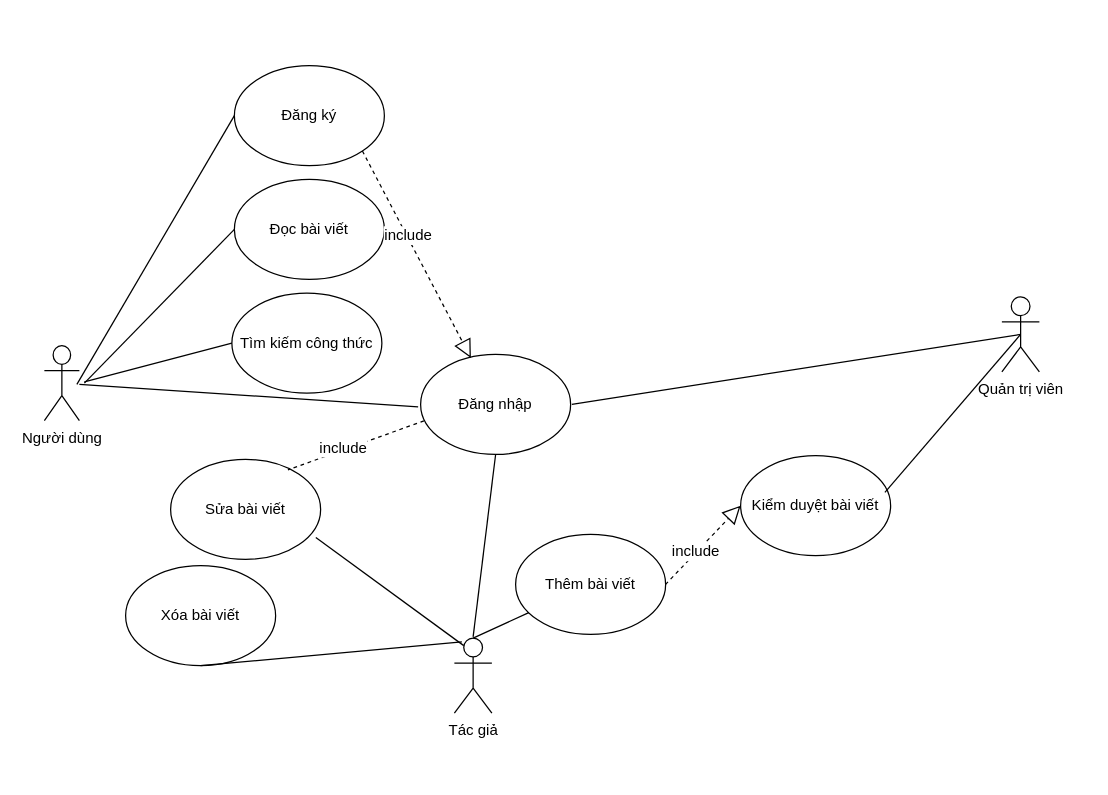
Earlier version of the draw.io diagram Sơ đồ tổng quát.drawio (gwangtung21/Blog_AmThuc). Source tidied: cells renumbered, new cells numbered last; positions are measured from the earlier drawing's top-left corner, leaving out a move shared by most shapes. Both pictures are drawn from the tidied source at 125%, with x=0, y=0 at pixel (44, 65).
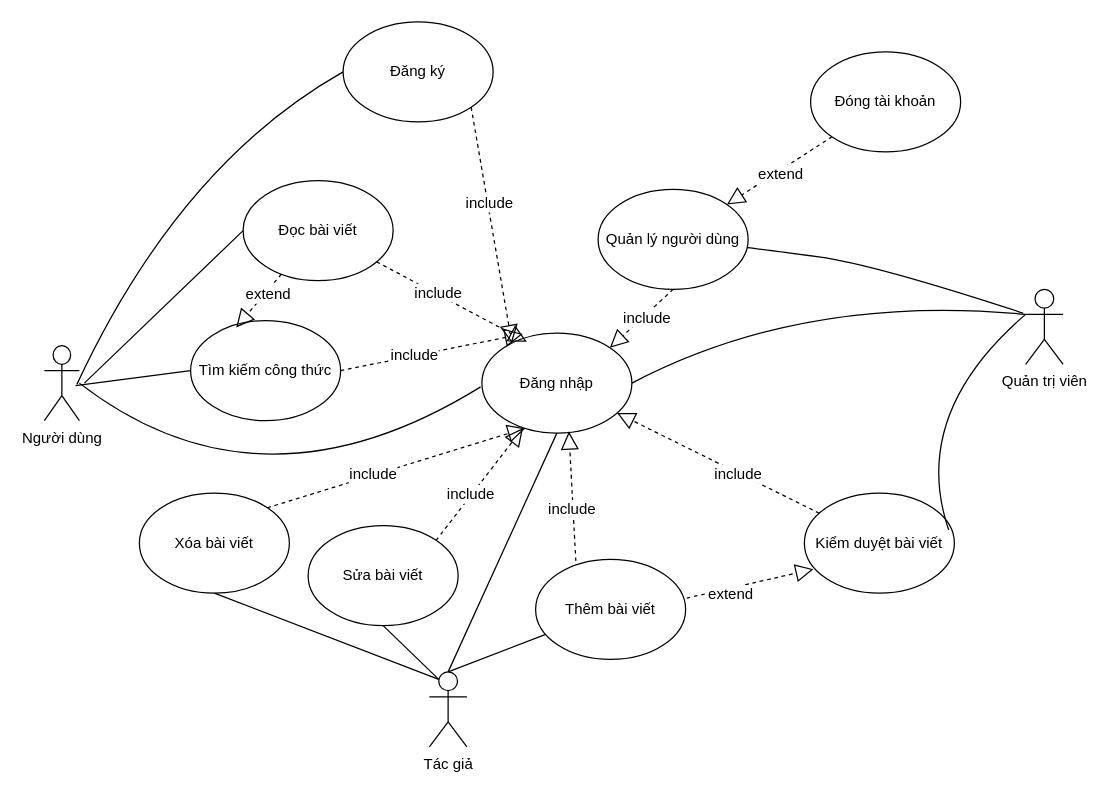
The same diagram, later.

Commit message:
Cập nhật Sơ đồ tổng quát.drawio

The change refers to these unchanged cells:
```xml
<mxCell id="3" value="Người dùng" style="shape=umlActor;verticalLabelPosition=bottom;verticalAlign=top;html=1;outlineConnect=0;" parent="1" vertex="1">
  <mxGeometry y="224" width="28" height="60" as="geometry" />
</mxCell>
```

Diff of the diagram source:
```diff
@@
     <mxCell id="2" style="endArrow=none;html=1;rounded=0;fontSize=12;startSize=8;endSize=8;curved=1;entryX=0;entryY=0.5;entryDx=0;entryDy=0;" parent="1" edge="1" target="7">
       <mxGeometry relative="1" as="geometry">
         <mxPoint x="26" y="255" as="sourcePoint" />
+        <Array as="points">
+          <mxPoint x="108" y="79" />
+        </Array>
       </mxGeometry>
     </mxCell>
@@
     <mxCell id="4" value="Quản trị viên" style="shape=umlActor;verticalLabelPosition=bottom;verticalAlign=top;html=1;outlineConnect=0;" parent="1" vertex="1">
-      <mxGeometry x="766" y="185" width="30" height="60" as="geometry" />
+      <mxGeometry x="785" y="179" width="30" height="60" as="geometry" />
     </mxCell>
     <mxCell id="5" value="Tác giả" style="shape=umlActor;verticalLabelPosition=bottom;verticalAlign=top;html=1;outlineConnect=0;" parent="1" vertex="1">
-      <mxGeometry x="328" y="458" width="30" height="60" as="geometry" />
+      <mxGeometry x="308" y="485" width="30" height="60" as="geometry" />
     </mxCell>
     <mxCell id="6" value="Đăng nhập" style="ellipse;whiteSpace=wrap;html=1;" parent="1" vertex="1">
-      <mxGeometry x="301" y="231" width="120" height="80" as="geometry" />
+      <mxGeometry x="350" y="214" width="120" height="80" as="geometry" />
     </mxCell>
     <mxCell id="7" value="Đăng ký" style="ellipse;whiteSpace=wrap;html=1;" parent="1" vertex="1">
-      <mxGeometry x="152" width="120" height="80" as="geometry" />
+      <mxGeometry x="239" y="-35" width="120" height="80" as="geometry" />
     </mxCell>
     <mxCell id="8" value="Đọc bài viết" style="ellipse;whiteSpace=wrap;html=1;" parent="1" vertex="1">
-      <mxGeometry x="152" y="91" width="120" height="80" as="geometry" />
+      <mxGeometry x="159" y="92" width="120" height="80" as="geometry" />
     </mxCell>
     <mxCell id="9" value="Tìm kiếm công thức" style="ellipse;whiteSpace=wrap;html=1;" parent="1" vertex="1">
-      <mxGeometry x="150" y="182" width="120" height="80" as="geometry" />
+      <mxGeometry x="117" y="204" width="120" height="80" as="geometry" />
     </mxCell>
     <mxCell id="10" value="Kiểm duyệt bài viết" style="ellipse;whiteSpace=wrap;html=1;" parent="1" vertex="1">
-      <mxGeometry x="557" y="312" width="120" height="80" as="geometry" />
+      <mxGeometry x="608" y="342" width="120" height="80" as="geometry" />
     </mxCell>
     <mxCell id="11" value="Xóa bài viết" style="ellipse;whiteSpace=wrap;html=1;" parent="1" vertex="1">
-      <mxGeometry x="65" y="400" width="120" height="80" as="geometry" />
+      <mxGeometry x="76" y="342" width="120" height="80" as="geometry" />
     </mxCell>
     <mxCell id="12" value="Sửa bài viết" style="ellipse;whiteSpace=wrap;html=1;" parent="1" vertex="1">
-      <mxGeometry x="101" y="315" width="120" height="80" as="geometry" />
+      <mxGeometry x="211" y="368" width="120" height="80" as="geometry" />
     </mxCell>
     <mxCell id="13" value="Thêm bài viết" style="ellipse;whiteSpace=wrap;html=1;" parent="1" vertex="1">
-      <mxGeometry x="377" y="375" width="120" height="80" as="geometry" />
+      <mxGeometry x="393" y="395" width="120" height="80" as="geometry" />
     </mxCell>
-    <mxCell id="14" style="endArrow=none;html=1;rounded=0;fontSize=12;startSize=8;endSize=8;curved=1;entryX=0.5;entryY=0.5;entryDx=0;entryDy=0;entryPerimeter=0;" parent="1" edge="1" target="4">
+    <mxCell id="14" style="endArrow=none;html=1;rounded=0;fontSize=12;startSize=8;endSize=8;curved=1;entryX=0;entryY=0.3333333333333333;entryDx=0;entryDy=0;entryPerimeter=0;exitX=1;exitY=0.5;exitDx=0;exitDy=0;" parent="1" edge="1" source="6" target="4">
       <mxGeometry relative="1" as="geometry">
-        <mxPoint x="422" y="271" as="sourcePoint" />
+        <Array as="points">
+          <mxPoint x="607" y="182" />
+        </Array>
       </mxGeometry>
     </mxCell>
-    <mxCell id="15" style="endArrow=none;html=1;rounded=0;fontSize=12;startSize=8;endSize=8;curved=1;" parent="1" edge="1" target="3">
+    <mxCell id="15" style="endArrow=none;html=1;rounded=0;fontSize=12;startSize=8;endSize=8;curved=1;" parent="1" edge="1">
       <mxGeometry relative="1" as="geometry">
-        <mxPoint x="299" y="273" as="sourcePoint" />
+        <mxPoint x="349" y="257" as="sourcePoint" />
+        <mxPoint x="28" y="254" as="targetPoint" />
+        <Array as="points">
+          <mxPoint x="173" y="366" />
+        </Array>
       </mxGeometry>
     </mxCell>
-    <mxCell id="16" style="endArrow=none;html=1;rounded=0;fontSize=12;startSize=8;endSize=8;curved=1;entryX=0.5;entryY=1;entryDx=0;entryDy=0;" parent="1" edge="1" target="6">
-      <mxGeometry relative="1" as="geometry">
-        <mxPoint x="343" y="457" as="sourcePoint" />
-      </mxGeometry>
+    <mxCell id="16" style="endArrow=none;html=1;rounded=0;fontSize=12;startSize=8;endSize=8;curved=1;entryX=0.5;entryY=1;entryDx=0;entryDy=0;exitX=0.5;exitY=0;exitDx=0;exitDy=0;exitPerimeter=0;" parent="1" edge="1" source="5" target="6">
+      <mxGeometry relative="1" as="geometry" />
     </mxCell>
@@
     <mxCell id="18" style="endArrow=none;html=1;rounded=0;fontSize=12;startSize=8;endSize=8;curved=1;entryX=0;entryY=0.5;entryDx=0;entryDy=0;" parent="1" edge="1" target="9">
       <mxGeometry relative="1" as="geometry">
-        <mxPoint x="32" y="253" as="sourcePoint" />
+        <mxPoint x="25" y="256" as="sourcePoint" />
       </mxGeometry>
     </mxCell>
-    <mxCell id="19" style="endArrow=none;html=1;rounded=0;fontSize=12;startSize=8;endSize=8;curved=1;entryX=0.5;entryY=0.5;entryDx=0;entryDy=0;entryPerimeter=0;exitX=0.962;exitY=0.368;exitDx=0;exitDy=0;exitPerimeter=0;" parent="1" edge="1" source="10" target="4">
-      <mxGeometry relative="1" as="geometry" />
+    <mxCell id="19" style="endArrow=none;html=1;rounded=0;fontSize=12;startSize=8;endSize=8;curved=1;entryX=0;entryY=0.3333333333333333;entryDx=0;entryDy=0;entryPerimeter=0;exitX=0.962;exitY=0.368;exitDx=0;exitDy=0;exitPerimeter=0;" parent="1" edge="1" source="10" target="4">
+      <mxGeometry relative="1" as="geometry">
+        <Array as="points">
+          <mxPoint x="692" y="279" />
+        </Array>
+      </mxGeometry>
     </mxCell>
-    <mxCell id="20" style="endArrow=none;html=1;rounded=0;fontSize=12;startSize=8;endSize=8;curved=1;entryX=0.5;entryY=1;entryDx=0;entryDy=0;" parent="1" edge="1" target="11">
-      <mxGeometry relative="1" as="geometry">
-        <mxPoint x="334" y="461" as="sourcePoint" />
-      </mxGeometry>
+    <mxCell id="20" style="endArrow=none;html=1;rounded=0;fontSize=12;startSize=8;endSize=8;curved=1;entryX=0.5;entryY=1;entryDx=0;entryDy=0;exitX=0.25;exitY=0.1;exitDx=0;exitDy=0;exitPerimeter=0;" parent="1" edge="1" source="5" target="11">
+      <mxGeometry relative="1" as="geometry" />
     </mxCell>
-    <mxCell id="21" style="endArrow=none;html=1;rounded=0;fontSize=12;startSize=8;endSize=8;curved=1;entryX=0.968;entryY=0.782;entryDx=0;entryDy=0;entryPerimeter=0;exitX=0.25;exitY=0.1;exitDx=0;exitDy=0;exitPerimeter=0;" parent="1" edge="1" source="5" target="12">
+    <mxCell id="21" style="endArrow=none;html=1;rounded=0;fontSize=12;startSize=8;endSize=8;curved=1;entryX=0.5;entryY=1;entryDx=0;entryDy=0;exitX=0.25;exitY=0.1;exitDx=0;exitDy=0;exitPerimeter=0;" parent="1" edge="1" source="5" target="12">
       <mxGeometry relative="1" as="geometry" />
     </mxCell>
@@
-    <mxCell id="23" style="endArrow=none;dashed=1;html=1;rounded=0;fontSize=12;startSize=8;endSize=8;curved=1;entryX=0.782;entryY=0.105;entryDx=0;entryDy=0;entryPerimeter=0;exitX=0.022;exitY=0.665;exitDx=0;exitDy=0;exitPerimeter=0;" parent="1" edge="1" source="6" target="12">
-      <mxGeometry relative="1" as="geometry" />
-    </mxCell>
-    <mxCell id="24" value="include" style="edgeLabel;html=1;align=center;verticalAlign=middle;fontSize=12;" parent="23" vertex="1">
-      <mxGeometry x="0.2" y="-2" relative="1" as="geometry" />
-    </mxCell>
-    <mxCell id="25" style="endArrow=block;dashed=1;endFill=0;endSize=12;html=1;rounded=0;fontSize=12;curved=1;exitX=1;exitY=0.5;exitDx=0;exitDy=0;entryX=0;entryY=0.5;entryDx=0;entryDy=0;" parent="1" edge="1" source="13" target="10">
-      <mxGeometry relative="1" as="geometry" />
+    <mxCell id="25" style="endArrow=block;dashed=1;endFill=0;endSize=12;html=1;rounded=0;fontSize=12;curved=1;entryX=0.061;entryY=0.76;entryDx=0;entryDy=0;entryPerimeter=0;" parent="1" edge="1" target="10">
+      <mxGeometry relative="1" as="geometry">
+        <mxPoint x="514" y="426" as="sourcePoint" />
+      </mxGeometry>
     </mxCell>
-    <mxCell id="26" value="include" style="edgeLabel;html=1;align=center;verticalAlign=middle;fontSize=12;" parent="25" vertex="1">
-      <mxGeometry x="-0.19" y="1" relative="1" as="geometry" />
-    </mxCell>
+    <mxCell id="29" value="extend" style="edgeLabel;html=1;align=center;verticalAlign=middle;fontSize=12;" parent="25" vertex="1">
+      <mxGeometry x="-0.35" y="-4" relative="1" as="geometry" />
+    </mxCell>
-    <mxCell id="27" style="endArrow=block;dashed=1;endFill=0;endSize=12;html=1;rounded=0;fontSize=12;curved=1;exitX=1;exitY=1;exitDx=0;exitDy=0;entryX=0.335;entryY=0.035;entryDx=0;entryDy=0;entryPerimeter=0;" parent="1" edge="1" source="7" target="6">
-      <mxGeometry relative="1" as="geometry" />
+    <mxCell id="27" style="endArrow=block;dashed=1;endFill=0;endSize=12;html=1;rounded=0;fontSize=12;curved=1;exitX=1;exitY=1;exitDx=0;exitDy=0;" parent="1" edge="1" source="7">
+      <mxGeometry relative="1" as="geometry">
+        <mxPoint x="374" y="222" as="targetPoint" />
+      </mxGeometry>
     </mxCell>
@@
+    <mxCell id="30" style="endArrow=block;dashed=1;endFill=0;endSize=12;html=1;rounded=0;fontSize=12;curved=1;exitX=1;exitY=0;exitDx=0;exitDy=0;" parent="1" edge="1" source="11">
+      <mxGeometry relative="1" as="geometry">
+        <mxPoint x="385" y="290" as="targetPoint" />
+      </mxGeometry>
+    </mxCell>
+    <mxCell id="31" value="include" style="edgeLabel;html=1;align=center;verticalAlign=middle;fontSize=12;" parent="30" vertex="1">
+      <mxGeometry x="-0.19" y="1" relative="1" as="geometry" />
+    </mxCell>
+    <mxCell id="32" style="endArrow=block;dashed=1;endFill=0;endSize=12;html=1;rounded=0;fontSize=12;curved=1;exitX=1;exitY=0;exitDx=0;exitDy=0;entryX=0.274;entryY=0.949;entryDx=0;entryDy=0;entryPerimeter=0;" parent="1" edge="1" source="12" target="6">
+      <mxGeometry relative="1" as="geometry" />
+    </mxCell>
+    <mxCell id="33" value="include" style="edgeLabel;html=1;align=center;verticalAlign=middle;fontSize=12;" parent="32" vertex="1">
+      <mxGeometry x="-0.19" y="1" relative="1" as="geometry" />
+    </mxCell>
+    <mxCell id="34" style="endArrow=block;dashed=1;endFill=0;endSize=12;html=1;rounded=0;fontSize=12;curved=1;" parent="1" edge="1" source="8">
+      <mxGeometry relative="1" as="geometry">
+        <mxPoint x="386" y="221" as="targetPoint" />
+      </mxGeometry>
+    </mxCell>
+    <mxCell id="35" value="include" style="edgeLabel;html=1;align=center;verticalAlign=middle;fontSize=12;" parent="34" vertex="1">
+      <mxGeometry x="-0.19" y="1" relative="1" as="geometry" />
+    </mxCell>
+    <mxCell id="36" style="endArrow=block;dashed=1;endFill=0;endSize=12;html=1;rounded=0;fontSize=12;curved=1;exitX=1;exitY=0.5;exitDx=0;exitDy=0;entryX=0.273;entryY=0.008;entryDx=0;entryDy=0;entryPerimeter=0;" parent="1" edge="1" source="9" target="6">
+      <mxGeometry relative="1" as="geometry" />
+    </mxCell>
+    <mxCell id="37" value="include" style="edgeLabel;html=1;align=center;verticalAlign=middle;fontSize=12;" parent="36" vertex="1">
+      <mxGeometry x="-0.19" y="1" relative="1" as="geometry" />
+    </mxCell>
+    <mxCell id="38" style="endArrow=block;dashed=1;endFill=0;endSize=12;html=1;rounded=0;fontSize=12;curved=1;exitX=0.268;exitY=0.015;exitDx=0;exitDy=0;exitPerimeter=0;entryX=0.58;entryY=0.984;entryDx=0;entryDy=0;entryPerimeter=0;" parent="1" edge="1" source="13" target="6">
+      <mxGeometry relative="1" as="geometry" />
+    </mxCell>
+    <mxCell id="39" value="include" style="edgeLabel;html=1;align=center;verticalAlign=middle;fontSize=12;" parent="38" vertex="1">
+      <mxGeometry x="-0.19" y="1" relative="1" as="geometry" />
+    </mxCell>
+    <mxCell id="40" style="endArrow=block;dashed=1;endFill=0;endSize=12;html=1;rounded=0;fontSize=12;curved=1;" parent="1" edge="1" source="10" target="6">
+      <mxGeometry relative="1" as="geometry" />
+    </mxCell>
+    <mxCell id="41" value="include" style="edgeLabel;html=1;align=center;verticalAlign=middle;fontSize=12;" parent="40" vertex="1">
+      <mxGeometry x="-0.19" y="1" relative="1" as="geometry" />
+    </mxCell>
+    <mxCell id="42" value="Quản lý người dùng" style="ellipse;whiteSpace=wrap;html=1;" parent="1" vertex="1">
+      <mxGeometry x="443" y="99" width="120" height="80" as="geometry" />
+    </mxCell>
+    <mxCell id="43" style="endArrow=none;html=1;rounded=0;fontSize=12;startSize=8;endSize=8;curved=1;" parent="1" edge="1" source="42">
+      <mxGeometry relative="1" as="geometry">
+        <mxPoint x="783" y="198" as="targetPoint" />
+        <Array as="points">
+          <mxPoint x="575" y="147" />
+          <mxPoint x="664" y="159" />
+        </Array>
+      </mxGeometry>
+    </mxCell>
+    <mxCell id="44" style="endArrow=block;dashed=1;endFill=0;endSize=12;html=1;rounded=0;fontSize=12;curved=1;entryX=1;entryY=0;entryDx=0;entryDy=0;exitX=0.5;exitY=1;exitDx=0;exitDy=0;" parent="1" edge="1" source="42" target="6">
+      <mxGeometry relative="1" as="geometry" />
+    </mxCell>
+    <mxCell id="45" value="include" style="edgeLabel;html=1;align=center;verticalAlign=middle;fontSize=12;" parent="44" vertex="1">
+      <mxGeometry x="-0.1" y="2" relative="1" as="geometry" />
+    </mxCell>
+    <mxCell id="46" value="Đóng tài khoản" style="ellipse;whiteSpace=wrap;html=1;" parent="1" vertex="1">
+      <mxGeometry x="613" y="-11" width="120" height="80" as="geometry" />
+    </mxCell>
+    <mxCell id="47" style="endArrow=block;dashed=1;endFill=0;endSize=12;html=1;rounded=0;fontSize=12;curved=1;" parent="1" edge="1" source="46" target="42">
+      <mxGeometry relative="1" as="geometry" />
+    </mxCell>
+    <mxCell id="48" value="extend" style="edgeLabel;html=1;align=center;verticalAlign=middle;fontSize=12;" parent="47" vertex="1">
+      <mxGeometry x="0.05" y="2" relative="1" as="geometry">
+        <mxPoint x="1" as="offset" />
+      </mxGeometry>
+    </mxCell>
+    <mxCell id="49" style="endArrow=block;dashed=1;endFill=0;endSize=12;html=1;rounded=0;fontSize=12;curved=1;entryX=0.304;entryY=0.068;entryDx=0;entryDy=0;entryPerimeter=0;" parent="1" edge="1" source="8" target="9">
+      <mxGeometry relative="1" as="geometry" />
+    </mxCell>
+    <mxCell id="50" value="extend" style="edgeLabel;html=1;align=center;verticalAlign=middle;fontSize=12;" parent="49" vertex="1">
+      <mxGeometry x="-0.29" y="1" relative="1" as="geometry">
+        <mxPoint x="1" as="offset" />
+      </mxGeometry>
+    </mxCell>
```
